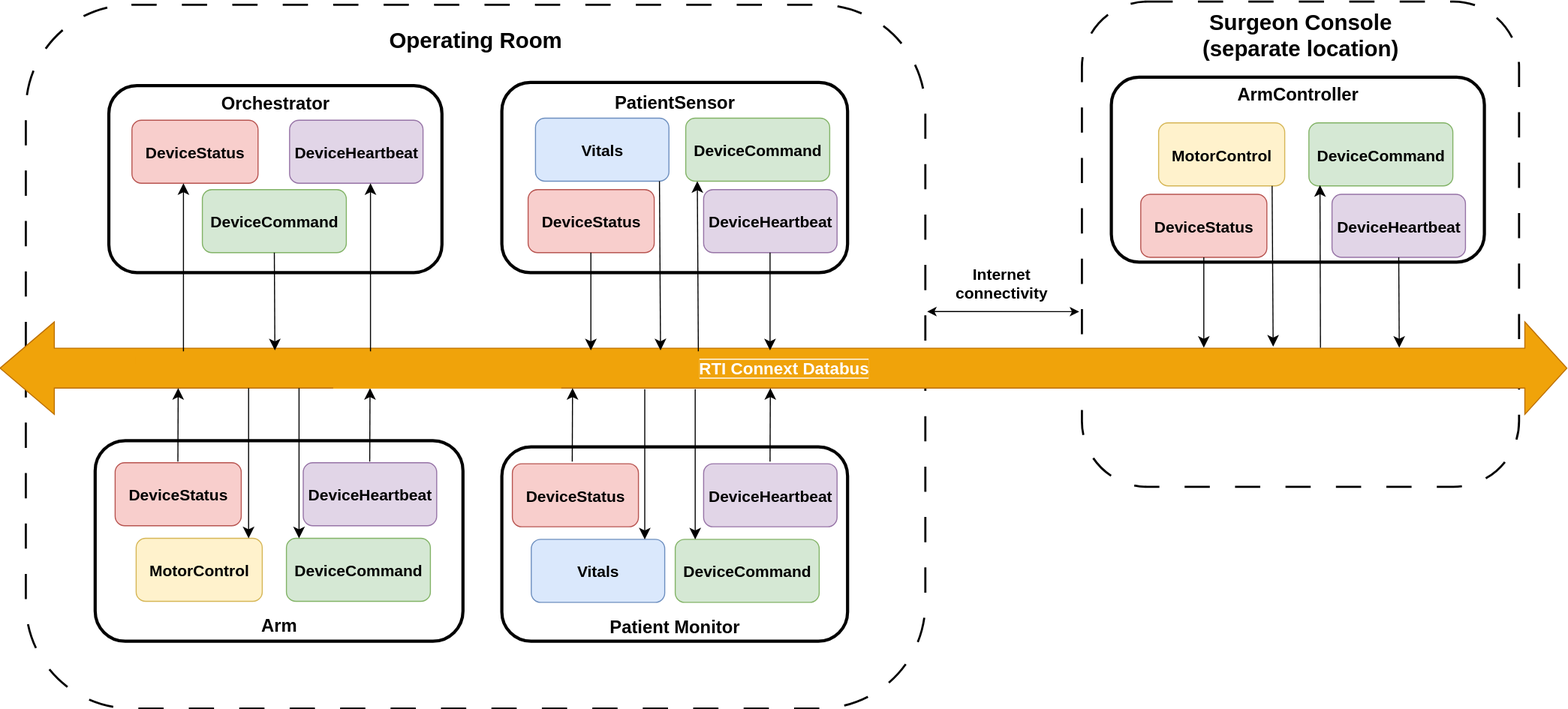
Before: resource/images/module-03-diagram-teleoperation.svg, a diagram exported from draw.io (rticommunity/rticonnextdds-medtech-reference-architecture). Source tidied: cells renumbered, new cells last; positions are measured from the earlier drawing's top-left corner, leaving out a move shared by most shapes. The source it was exported from:
```xml
<mxGraphModel>
  <root>
    <mxCell id="0" />
    <mxCell id="1" parent="0" />
    <mxCell id="2" value="&lt;div&gt;&lt;span style=&quot;font-size: 21px;&quot;&gt;&lt;b&gt;Surgeon Console&lt;/b&gt;&lt;/span&gt;&lt;/div&gt;&lt;div&gt;&lt;span style=&quot;font-size: 21px;&quot;&gt;&lt;b&gt;(separate location)&lt;/b&gt;&lt;/span&gt;&lt;/div&gt;&lt;div&gt;&lt;span style=&quot;font-size: 21px;&quot;&gt;&lt;b&gt;&lt;br&gt;&lt;/b&gt;&lt;/span&gt;&lt;/div&gt;&lt;div&gt;&lt;br&gt;&lt;/div&gt;&lt;div&gt;&lt;br&gt;&lt;/div&gt;&lt;div&gt;&lt;br&gt;&lt;/div&gt;&lt;div&gt;&lt;br&gt;&lt;/div&gt;&lt;div&gt;&lt;br&gt;&lt;/div&gt;&lt;div&gt;&lt;br&gt;&lt;/div&gt;&lt;div&gt;&lt;br&gt;&lt;/div&gt;&lt;div&gt;&lt;br&gt;&lt;/div&gt;&lt;div&gt;&lt;br&gt;&lt;/div&gt;&lt;div&gt;&lt;br&gt;&lt;/div&gt;&lt;div&gt;&lt;br&gt;&lt;/div&gt;&lt;div&gt;&lt;br&gt;&lt;/div&gt;&lt;div&gt;&lt;br&gt;&lt;/div&gt;&lt;div&gt;&lt;br&gt;&lt;/div&gt;&lt;div&gt;&lt;br&gt;&lt;/div&gt;&lt;div&gt;&lt;br&gt;&lt;/div&gt;&lt;div&gt;&lt;br&gt;&lt;/div&gt;&lt;div&gt;&lt;br&gt;&lt;/div&gt;&lt;div&gt;&lt;br&gt;&lt;/div&gt;&lt;div&gt;&lt;br&gt;&lt;/div&gt;&lt;div&gt;&lt;br&gt;&lt;/div&gt;&lt;div&gt;&lt;br&gt;&lt;/div&gt;&lt;div&gt;&lt;br&gt;&lt;/div&gt;&lt;div&gt;&lt;br&gt;&lt;/div&gt;&lt;div&gt;&lt;br&gt;&lt;/div&gt;&lt;div&gt;&lt;br&gt;&lt;/div&gt;" style="rounded=1;whiteSpace=wrap;html=1;fillColor=none;strokeWidth=2;dashed=1;dashPattern=12 12;" parent="1" vertex="1">
      <mxGeometry x="1030" width="416" height="462" as="geometry" />
    </mxCell>
    <mxCell id="3" value="&lt;b&gt;&lt;font style=&quot;font-size: 21px;&quot;&gt;Operating Room&lt;/font&gt;&lt;/b&gt;&lt;div&gt;&lt;br&gt;&lt;/div&gt;&lt;div&gt;&lt;br&gt;&lt;/div&gt;&lt;div&gt;&lt;br&gt;&lt;/div&gt;&lt;div&gt;&lt;br&gt;&lt;/div&gt;&lt;div&gt;&lt;br&gt;&lt;/div&gt;&lt;div&gt;&lt;br&gt;&lt;/div&gt;&lt;div&gt;&lt;br&gt;&lt;/div&gt;&lt;div&gt;&lt;br&gt;&lt;/div&gt;&lt;div&gt;&lt;br&gt;&lt;/div&gt;&lt;div&gt;&lt;br&gt;&lt;/div&gt;&lt;div&gt;&lt;br&gt;&lt;/div&gt;&lt;div&gt;&lt;br&gt;&lt;/div&gt;&lt;div&gt;&lt;br&gt;&lt;/div&gt;&lt;div&gt;&lt;br&gt;&lt;/div&gt;&lt;div&gt;&lt;br&gt;&lt;/div&gt;&lt;div&gt;&lt;br&gt;&lt;/div&gt;&lt;div&gt;&lt;br&gt;&lt;/div&gt;&lt;div&gt;&lt;br&gt;&lt;/div&gt;&lt;div&gt;&lt;br&gt;&lt;/div&gt;&lt;div&gt;&lt;br&gt;&lt;/div&gt;&lt;div&gt;&lt;br&gt;&lt;/div&gt;&lt;div&gt;&lt;br&gt;&lt;/div&gt;&lt;div&gt;&lt;br&gt;&lt;/div&gt;&lt;div&gt;&lt;br&gt;&lt;/div&gt;&lt;div&gt;&lt;br&gt;&lt;/div&gt;&lt;div&gt;&lt;br&gt;&lt;/div&gt;&lt;div&gt;&lt;br&gt;&lt;/div&gt;&lt;div&gt;&lt;br&gt;&lt;/div&gt;&lt;div&gt;&lt;br&gt;&lt;/div&gt;&lt;div&gt;&lt;br&gt;&lt;/div&gt;&lt;div&gt;&lt;br&gt;&lt;/div&gt;&lt;div&gt;&lt;br&gt;&lt;/div&gt;&lt;div&gt;&lt;br&gt;&lt;/div&gt;&lt;div&gt;&lt;br&gt;&lt;/div&gt;&lt;div&gt;&lt;br&gt;&lt;/div&gt;&lt;div&gt;&lt;br&gt;&lt;/div&gt;&lt;div&gt;&lt;br&gt;&lt;/div&gt;&lt;div&gt;&lt;br&gt;&lt;/div&gt;&lt;div&gt;&lt;br&gt;&lt;/div&gt;&lt;div&gt;&lt;br&gt;&lt;/div&gt;&lt;div&gt;&lt;br&gt;&lt;/div&gt;&lt;div&gt;&lt;br&gt;&lt;/div&gt;" style="rounded=1;whiteSpace=wrap;html=1;fillColor=none;strokeWidth=2;dashed=1;dashPattern=12 12;" parent="1" vertex="1">
      <mxGeometry x="25" y="3" width="856" height="670" as="geometry" />
    </mxCell>
    <mxCell id="4" value="&lt;br&gt;&lt;br&gt;&lt;br&gt;&lt;br&gt;&lt;br&gt;&lt;br&gt;&lt;br&gt;&lt;b&gt;&lt;font style=&quot;font-size: 17px;&quot;&gt;&lt;br&gt;&lt;br&gt;&lt;br&gt;Arm&lt;/font&gt;&lt;/b&gt;" style="rounded=1;whiteSpace=wrap;html=1;strokeWidth=3;" parent="1" vertex="1">
      <mxGeometry x="91" y="418" width="350" height="191" as="geometry" />
    </mxCell>
    <mxCell id="5" value="&lt;b&gt;&lt;font style=&quot;font-size: 17px;&quot;&gt;Orchestrator&lt;br&gt;&lt;br&gt;&lt;br&gt;&lt;br&gt;&lt;br&gt;&lt;br&gt;&lt;br&gt;&lt;br&gt;&lt;/font&gt;&lt;/b&gt;" style="rounded=1;whiteSpace=wrap;html=1;strokeWidth=3;" parent="1" vertex="1">
      <mxGeometry x="104" y="80" width="317" height="178" as="geometry" />
    </mxCell>
    <mxCell id="6" value="&lt;b&gt;&lt;font style=&quot;font-size: 17px;&quot;&gt;PatientSensor&lt;br&gt;&lt;br&gt;&lt;br&gt;&lt;br&gt;&lt;br&gt;&lt;br&gt;&lt;br&gt;&lt;br&gt;&lt;/font&gt;&lt;/b&gt;" style="rounded=1;whiteSpace=wrap;html=1;strokeWidth=3;" parent="1" vertex="1">
      <mxGeometry x="478" y="77" width="329" height="181" as="geometry" />
    </mxCell>
    <mxCell id="7" value="&lt;br&gt;&lt;br&gt;&lt;br&gt;&lt;br&gt;&lt;br&gt;&lt;br&gt;&lt;br&gt;&lt;br&gt;&lt;br&gt;&lt;br&gt;&lt;br&gt;&lt;b&gt;&lt;font style=&quot;font-size: 17px;&quot;&gt;Patient Monitor&lt;/font&gt;&lt;/b&gt;" style="rounded=1;whiteSpace=wrap;html=1;strokeWidth=3;" parent="1" vertex="1">
      <mxGeometry x="478" y="424" width="329" height="185" as="geometry" />
    </mxCell>
    <mxCell id="8" value="&lt;b&gt;&lt;font color=&quot;#ffffff&quot; style=&quot;font-size: 16px; background-color: rgb(240, 163, 10);&quot;&gt;RTI Connext Databus&lt;/font&gt;&lt;/b&gt;" style="shape=flexArrow;endArrow=classic;startArrow=classic;html=1;rounded=0;endWidth=49;endSize=13;startWidth=49;startSize=16.87;width=38;fillColor=#f0a30a;strokeColor=#BD7000;" parent="1" edge="1">
      <mxGeometry relative="1" as="geometry">
        <mxPoint y="349" as="sourcePoint" />
        <mxPoint x="1492" y="349" as="targetPoint" />
      </mxGeometry>
    </mxCell>
    <mxCell id="9" value="&lt;b&gt;&lt;font style=&quot;font-size: 15px;&quot;&gt;DeviceStatus&lt;/font&gt;&lt;/b&gt;" style="rounded=1;whiteSpace=wrap;html=1;fillColor=#f8cecc;strokeColor=#b85450;" parent="1" vertex="1">
      <mxGeometry x="110" y="439" width="120" height="60" as="geometry" />
    </mxCell>
    <mxCell id="10" value="&lt;b&gt;&lt;font style=&quot;font-size: 15px;&quot;&gt;DeviceHeartbeat&lt;/font&gt;&lt;/b&gt;" style="rounded=1;whiteSpace=wrap;html=1;fillColor=#e1d5e7;strokeColor=#9673a6;" parent="1" vertex="1">
      <mxGeometry x="289" y="439" width="127" height="60" as="geometry" />
    </mxCell>
    <mxCell id="11" value="&lt;b&gt;&lt;font style=&quot;font-size: 15px;&quot;&gt;MotorControl&lt;/font&gt;&lt;/b&gt;" style="rounded=1;whiteSpace=wrap;html=1;fillColor=#fff2cc;strokeColor=#d6b656;" parent="1" vertex="1">
      <mxGeometry x="130" y="511" width="120" height="60" as="geometry" />
    </mxCell>
    <mxCell id="12" value="&lt;b&gt;&lt;font style=&quot;font-size: 15px;&quot;&gt;DeviceCommand&lt;/font&gt;&lt;/b&gt;" style="rounded=1;whiteSpace=wrap;html=1;fillColor=#d5e8d4;strokeColor=#82b366;" parent="1" vertex="1">
      <mxGeometry x="273" y="511" width="137" height="60" as="geometry" />
    </mxCell>
    <mxCell id="13" value="&lt;b&gt;&lt;font style=&quot;font-size: 15px;&quot;&gt;DeviceCommand&lt;/font&gt;&lt;/b&gt;" style="rounded=1;whiteSpace=wrap;html=1;fillColor=#d5e8d4;strokeColor=#82b366;" parent="1" vertex="1">
      <mxGeometry x="193" y="179" width="137" height="60" as="geometry" />
    </mxCell>
    <mxCell id="14" value="&lt;b&gt;&lt;font style=&quot;font-size: 15px;&quot;&gt;DeviceStatus&lt;/font&gt;&lt;/b&gt;" style="rounded=1;whiteSpace=wrap;html=1;fillColor=#f8cecc;strokeColor=#b85450;" parent="1" vertex="1">
      <mxGeometry x="126" y="113" width="120" height="60" as="geometry" />
    </mxCell>
    <mxCell id="15" value="&lt;b&gt;&lt;font style=&quot;font-size: 15px;&quot;&gt;DeviceHeartbeat&lt;/font&gt;&lt;/b&gt;" style="rounded=1;whiteSpace=wrap;html=1;fillColor=#e1d5e7;strokeColor=#9673a6;" parent="1" vertex="1">
      <mxGeometry x="276" y="113" width="127" height="60" as="geometry" />
    </mxCell>
    <mxCell id="16" value="&lt;b&gt;&lt;font style=&quot;font-size: 15px;&quot;&gt;DeviceStatus&lt;/font&gt;&lt;/b&gt;" style="rounded=1;whiteSpace=wrap;html=1;fillColor=#f8cecc;strokeColor=#b85450;" parent="1" vertex="1">
      <mxGeometry x="503" y="179" width="120" height="60" as="geometry" />
    </mxCell>
    <mxCell id="17" value="&lt;b&gt;&lt;font style=&quot;font-size: 15px;&quot;&gt;DeviceHeartbeat&lt;/font&gt;&lt;/b&gt;" style="rounded=1;whiteSpace=wrap;html=1;fillColor=#e1d5e7;strokeColor=#9673a6;" parent="1" vertex="1">
      <mxGeometry x="670" y="179" width="127" height="60" as="geometry" />
    </mxCell>
    <mxCell id="18" value="&lt;b&gt;&lt;font style=&quot;font-size: 15px;&quot;&gt;Vitals&lt;/font&gt;&lt;/b&gt;" style="rounded=1;whiteSpace=wrap;html=1;fillColor=#dae8fc;strokeColor=#6c8ebf;" parent="1" vertex="1">
      <mxGeometry x="510" y="111" width="127" height="60" as="geometry" />
    </mxCell>
    <mxCell id="19" value="&lt;b&gt;&lt;font style=&quot;font-size: 15px;&quot;&gt;DeviceCommand&lt;/font&gt;&lt;/b&gt;" style="rounded=1;whiteSpace=wrap;html=1;fillColor=#d5e8d4;strokeColor=#82b366;" parent="1" vertex="1">
      <mxGeometry x="653" y="111" width="137" height="60" as="geometry" />
    </mxCell>
    <mxCell id="20" value="&lt;b&gt;&lt;font style=&quot;font-size: 15px;&quot;&gt;DeviceStatus&lt;/font&gt;&lt;/b&gt;" style="rounded=1;whiteSpace=wrap;html=1;fillColor=#f8cecc;strokeColor=#b85450;" parent="1" vertex="1">
      <mxGeometry x="488" y="440" width="120" height="60" as="geometry" />
    </mxCell>
    <mxCell id="21" value="&lt;b&gt;&lt;font style=&quot;font-size: 15px;&quot;&gt;DeviceHeartbeat&lt;/font&gt;&lt;/b&gt;" style="rounded=1;whiteSpace=wrap;html=1;fillColor=#e1d5e7;strokeColor=#9673a6;" parent="1" vertex="1">
      <mxGeometry x="670" y="440" width="127" height="60" as="geometry" />
    </mxCell>
    <mxCell id="22" value="&lt;b&gt;&lt;font style=&quot;font-size: 15px;&quot;&gt;Vitals&lt;/font&gt;&lt;/b&gt;" style="rounded=1;whiteSpace=wrap;html=1;fillColor=#dae8fc;strokeColor=#6c8ebf;" parent="1" vertex="1">
      <mxGeometry x="506" y="512" width="127" height="60" as="geometry" />
    </mxCell>
    <mxCell id="23" value="&lt;b&gt;&lt;font style=&quot;font-size: 15px;&quot;&gt;DeviceCommand&lt;/font&gt;&lt;/b&gt;" style="rounded=1;whiteSpace=wrap;html=1;fillColor=#d5e8d4;strokeColor=#82b366;" parent="1" vertex="1">
      <mxGeometry x="643" y="512" width="137" height="60" as="geometry" />
    </mxCell>
    <mxCell id="24" style="endArrow=classic;html=1;rounded=0;fontSize=12;startSize=8;endSize=8;exitX=0.5;exitY=1;exitDx=0;exitDy=0;" parent="1" edge="1" source="13">
      <mxGeometry relative="1" as="geometry">
        <mxPoint x="262" y="332" as="targetPoint" />
      </mxGeometry>
    </mxCell>
    <mxCell id="25" style="endArrow=classic;html=1;rounded=0;fontSize=12;startSize=8;endSize=8;entryX=0.077;entryY=0.988;entryDx=0;entryDy=0;entryPerimeter=0;" parent="1" edge="1">
      <mxGeometry relative="1" as="geometry">
        <mxPoint x="175" y="333" as="sourcePoint" />
        <mxPoint x="175" y="173" as="targetPoint" />
      </mxGeometry>
    </mxCell>
    <mxCell id="26" style="endArrow=classic;html=1;rounded=0;fontSize=12;startSize=8;endSize=8;entryX=0.077;entryY=0.988;entryDx=0;entryDy=0;entryPerimeter=0;" parent="1" edge="1">
      <mxGeometry relative="1" as="geometry">
        <mxPoint x="353" y="333" as="sourcePoint" />
        <mxPoint x="353" y="173" as="targetPoint" />
      </mxGeometry>
    </mxCell>
    <mxCell id="27" style="endArrow=classic;html=1;rounded=0;fontSize=12;startSize=8;endSize=8;entryX=0.077;entryY=0.988;entryDx=0;entryDy=0;entryPerimeter=0;" parent="1" edge="1">
      <mxGeometry relative="1" as="geometry">
        <mxPoint x="665" y="333" as="sourcePoint" />
        <mxPoint x="664" y="171" as="targetPoint" />
      </mxGeometry>
    </mxCell>
    <mxCell id="28" style="endArrow=classic;html=1;rounded=0;fontSize=12;startSize=8;endSize=8;" parent="1" edge="1">
      <mxGeometry relative="1" as="geometry">
        <mxPoint x="628" y="171" as="sourcePoint" />
        <mxPoint x="629" y="332" as="targetPoint" />
      </mxGeometry>
    </mxCell>
    <mxCell id="29" style="endArrow=classic;html=1;rounded=0;fontSize=12;startSize=8;endSize=8;exitX=0.5;exitY=1;exitDx=0;exitDy=0;" parent="1" edge="1">
      <mxGeometry relative="1" as="geometry">
        <mxPoint x="562.7" y="239" as="sourcePoint" />
        <mxPoint x="562.7" y="332" as="targetPoint" />
      </mxGeometry>
    </mxCell>
    <mxCell id="30" style="endArrow=classic;html=1;rounded=0;fontSize=12;startSize=8;endSize=8;exitX=0.5;exitY=1;exitDx=0;exitDy=0;" parent="1" edge="1">
      <mxGeometry relative="1" as="geometry">
        <mxPoint x="733.2" y="239" as="sourcePoint" />
        <mxPoint x="733.2" y="332" as="targetPoint" />
      </mxGeometry>
    </mxCell>
    <mxCell id="31" style="endArrow=classic;html=1;rounded=0;fontSize=12;startSize=8;endSize=8;" parent="1" edge="1">
      <mxGeometry relative="1" as="geometry">
        <mxPoint x="169.7" y="438" as="sourcePoint" />
        <mxPoint x="170" y="368" as="targetPoint" />
      </mxGeometry>
    </mxCell>
    <mxCell id="32" style="endArrow=classic;html=1;rounded=0;fontSize=12;startSize=8;endSize=8;" parent="1" edge="1">
      <mxGeometry relative="1" as="geometry">
        <mxPoint x="352.3" y="438" as="sourcePoint" />
        <mxPoint x="352.6" y="368" as="targetPoint" />
      </mxGeometry>
    </mxCell>
    <mxCell id="33" style="endArrow=classic;html=1;rounded=0;fontSize=12;startSize=8;endSize=8;" parent="1" edge="1">
      <mxGeometry relative="1" as="geometry">
        <mxPoint x="237" y="368" as="sourcePoint" />
        <mxPoint x="237" y="511" as="targetPoint" />
      </mxGeometry>
    </mxCell>
    <mxCell id="34" style="endArrow=classic;html=1;rounded=0;fontSize=12;startSize=8;endSize=8;" parent="1" edge="1">
      <mxGeometry relative="1" as="geometry">
        <mxPoint x="285" y="368" as="sourcePoint" />
        <mxPoint x="285" y="511" as="targetPoint" />
      </mxGeometry>
    </mxCell>
    <mxCell id="35" style="endArrow=classic;html=1;rounded=0;fontSize=12;startSize=8;endSize=8;" parent="1" edge="1">
      <mxGeometry relative="1" as="geometry">
        <mxPoint x="545" y="438" as="sourcePoint" />
        <mxPoint x="545.3" y="368" as="targetPoint" />
      </mxGeometry>
    </mxCell>
    <mxCell id="36" style="endArrow=classic;html=1;rounded=0;fontSize=12;startSize=8;endSize=8;" parent="1" edge="1">
      <mxGeometry relative="1" as="geometry">
        <mxPoint x="733.2" y="438" as="sourcePoint" />
        <mxPoint x="733.5" y="368" as="targetPoint" />
      </mxGeometry>
    </mxCell>
    <mxCell id="37" style="endArrow=classic;html=1;rounded=0;fontSize=12;startSize=8;endSize=8;" parent="1" edge="1">
      <mxGeometry relative="1" as="geometry">
        <mxPoint x="614" y="369" as="sourcePoint" />
        <mxPoint x="614" y="512" as="targetPoint" />
      </mxGeometry>
    </mxCell>
    <mxCell id="38" style="endArrow=classic;html=1;rounded=0;fontSize=12;startSize=8;endSize=8;" parent="1" edge="1">
      <mxGeometry relative="1" as="geometry">
        <mxPoint x="662" y="369" as="sourcePoint" />
        <mxPoint x="662" y="512" as="targetPoint" />
      </mxGeometry>
    </mxCell>
    <mxCell id="39" style="rounded=0;whiteSpace=wrap;html=1;strokeColor=#F0A30A;fillColor=#F0A30A;" parent="1" vertex="1">
      <mxGeometry x="130" y="339" width="216" height="5" as="geometry" />
    </mxCell>
    <mxCell id="40" style="rounded=0;whiteSpace=wrap;html=1;strokeColor=#F0A30A;fillColor=#F0A30A;" parent="1" vertex="1">
      <mxGeometry x="318" y="363" width="216" height="5" as="geometry" />
    </mxCell>
    <mxCell id="41" value="&lt;b&gt;&lt;font style=&quot;font-size: 17px;&quot;&gt;ArmController&lt;br&gt;&lt;br&gt;&lt;br&gt;&lt;br&gt;&lt;br&gt;&lt;br&gt;&lt;br&gt;&lt;br&gt;&lt;/font&gt;&lt;/b&gt;" style="rounded=1;whiteSpace=wrap;html=1;strokeWidth=3;" parent="1" vertex="1">
      <mxGeometry x="1058" y="72" width="355" height="176" as="geometry" />
    </mxCell>
    <mxCell id="42" value="&lt;b&gt;&lt;font style=&quot;font-size: 15px;&quot;&gt;DeviceStatus&lt;/font&gt;&lt;/b&gt;" style="rounded=1;whiteSpace=wrap;html=1;fillColor=#f8cecc;strokeColor=#b85450;" parent="1" vertex="1">
      <mxGeometry x="1086" y="183.5" width="120" height="60" as="geometry" />
    </mxCell>
    <mxCell id="43" value="&lt;b&gt;&lt;font style=&quot;font-size: 15px;&quot;&gt;DeviceHeartbeat&lt;/font&gt;&lt;/b&gt;" style="rounded=1;whiteSpace=wrap;html=1;fillColor=#e1d5e7;strokeColor=#9673a6;" parent="1" vertex="1">
      <mxGeometry x="1268" y="183.5" width="127" height="60" as="geometry" />
    </mxCell>
    <mxCell id="44" value="&lt;b&gt;&lt;font style=&quot;font-size: 15px;&quot;&gt;MotorControl&lt;/font&gt;&lt;/b&gt;" style="rounded=1;whiteSpace=wrap;html=1;fillColor=#fff2cc;strokeColor=#d6b656;" parent="1" vertex="1">
      <mxGeometry x="1103" y="115.5" width="120" height="60" as="geometry" />
    </mxCell>
    <mxCell id="45" value="&lt;b&gt;&lt;font style=&quot;font-size: 15px;&quot;&gt;DeviceCommand&lt;/font&gt;&lt;/b&gt;" style="rounded=1;whiteSpace=wrap;html=1;fillColor=#d5e8d4;strokeColor=#82b366;" parent="1" vertex="1">
      <mxGeometry x="1246" y="115.5" width="137" height="60" as="geometry" />
    </mxCell>
    <mxCell id="46" style="endArrow=classic;html=1;rounded=0;fontSize=12;startSize=8;endSize=8;exitX=0.5;exitY=1;exitDx=0;exitDy=0;" parent="1" edge="1" source="42">
      <mxGeometry relative="1" as="geometry">
        <mxPoint x="1146" y="329.5" as="targetPoint" />
      </mxGeometry>
    </mxCell>
    <mxCell id="47" style="endArrow=classic;html=1;rounded=0;fontSize=12;startSize=8;endSize=8;" parent="1" edge="1">
      <mxGeometry relative="1" as="geometry">
        <mxPoint x="1211" y="175.5" as="sourcePoint" />
        <mxPoint x="1212" y="328.5" as="targetPoint" />
      </mxGeometry>
    </mxCell>
    <mxCell id="48" style="endArrow=classic;html=1;rounded=0;fontSize=12;startSize=8;endSize=8;entryX=0.077;entryY=0.988;entryDx=0;entryDy=0;entryPerimeter=0;" parent="1" edge="1" target="45">
      <mxGeometry relative="1" as="geometry">
        <mxPoint x="1257" y="329.5" as="sourcePoint" />
      </mxGeometry>
    </mxCell>
    <mxCell id="49" style="endArrow=classic;html=1;rounded=0;fontSize=12;startSize=8;endSize=8;exitX=0.5;exitY=1;exitDx=0;exitDy=0;" parent="1" edge="1" source="43">
      <mxGeometry relative="1" as="geometry">
        <mxPoint x="1332" y="329.5" as="targetPoint" />
      </mxGeometry>
    </mxCell>
    <mxCell id="50" style="endArrow=classic;startArrow=classic;html=1;rounded=0;entryX=-0.006;entryY=0.639;entryDx=0;entryDy=0;entryPerimeter=0;exitX=1.002;exitY=0.436;exitDx=0;exitDy=0;exitPerimeter=0;" parent="1" edge="1" source="3" target="2">
      <mxGeometry relative="1" as="geometry" />
    </mxCell>
    <mxCell id="51" value="&lt;font style=&quot;font-size: 15px;&quot;&gt;&lt;b style=&quot;&quot;&gt;Internet&lt;/b&gt;&lt;/font&gt;&lt;div&gt;&lt;font style=&quot;font-size: 15px;&quot;&gt;&lt;b style=&quot;&quot;&gt;connectivity&lt;/b&gt;&lt;/font&gt;&lt;/div&gt;" style="text;html=1;align=center;verticalAlign=middle;strokeColor=none;fillColor=none;" parent="1" vertex="1">
      <mxGeometry x="900" y="243.5" width="106" height="48" as="geometry" />
    </mxCell>
  </root>
</mxGraphModel>
```
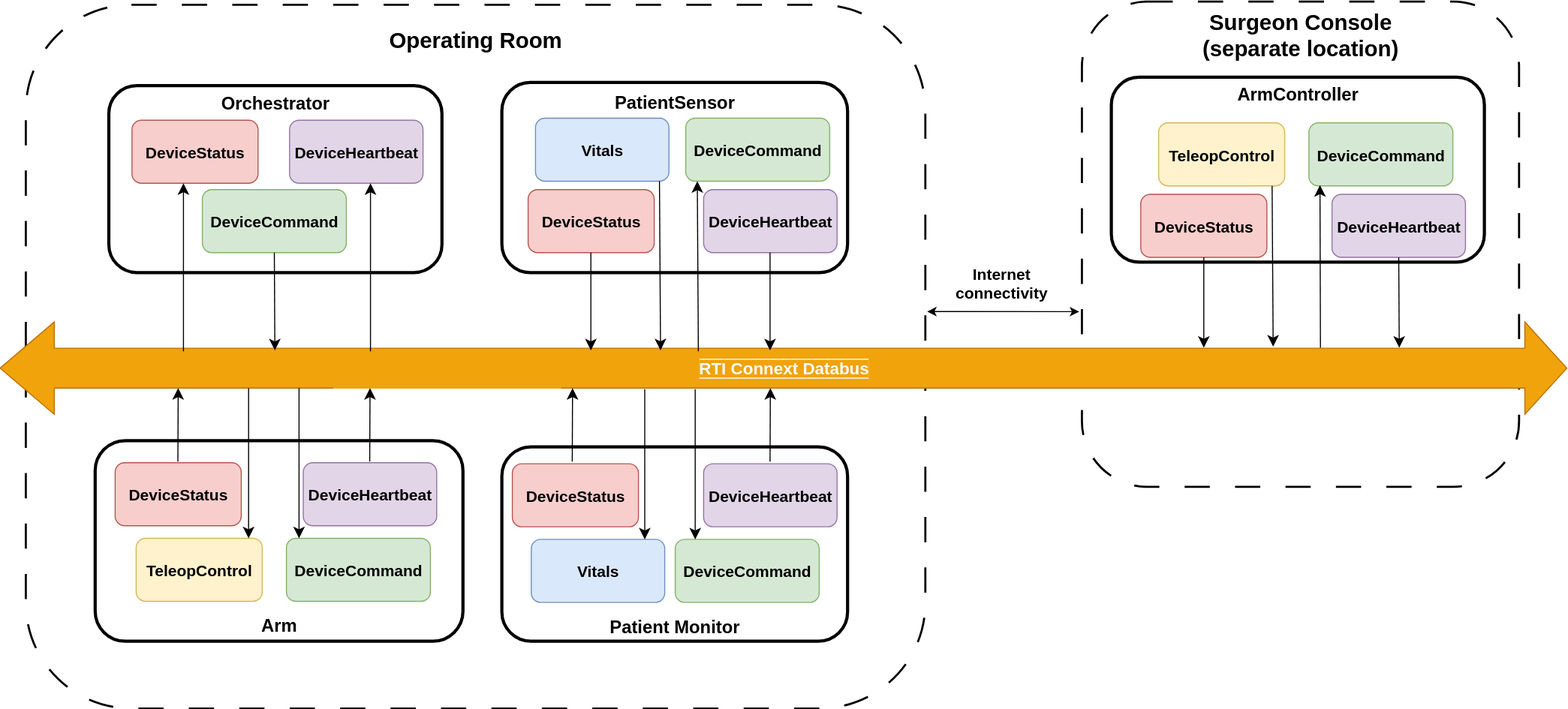
After the commit.

What changed in the source:
```diff
@@ -32,7 +32,7 @@
     <mxCell id="10" value="&lt;b&gt;&lt;font style=&quot;font-size: 15px;&quot;&gt;DeviceHeartbeat&lt;/font&gt;&lt;/b&gt;" style="rounded=1;whiteSpace=wrap;html=1;fillColor=#e1d5e7;strokeColor=#9673a6;" parent="1" vertex="1">
       <mxGeometry x="289" y="439" width="127" height="60" as="geometry" />
     </mxCell>
-    <mxCell id="11" value="&lt;b&gt;&lt;font style=&quot;font-size: 15px;&quot;&gt;MotorControl&lt;/font&gt;&lt;/b&gt;" style="rounded=1;whiteSpace=wrap;html=1;fillColor=#fff2cc;strokeColor=#d6b656;" parent="1" vertex="1">
+    <mxCell id="11" value="&lt;b&gt;&lt;font style=&quot;font-size: 15px;&quot;&gt;TeleopControl&lt;/font&gt;&lt;/b&gt;" style="rounded=1;whiteSpace=wrap;html=1;fillColor=#fff2cc;strokeColor=#d6b656;" parent="1" vertex="1">
       <mxGeometry x="130" y="511" width="120" height="60" as="geometry" />
     </mxCell>
     <mxCell id="12" value="&lt;b&gt;&lt;font style=&quot;font-size: 15px;&quot;&gt;DeviceCommand&lt;/font&gt;&lt;/b&gt;" style="rounded=1;whiteSpace=wrap;html=1;fillColor=#d5e8d4;strokeColor=#82b366;" parent="1" vertex="1">
@@ -175,7 +175,7 @@
     <mxCell id="43" value="&lt;b&gt;&lt;font style=&quot;font-size: 15px;&quot;&gt;DeviceHeartbeat&lt;/font&gt;&lt;/b&gt;" style="rounded=1;whiteSpace=wrap;html=1;fillColor=#e1d5e7;strokeColor=#9673a6;" parent="1" vertex="1">
       <mxGeometry x="1268" y="183.5" width="127" height="60" as="geometry" />
     </mxCell>
-    <mxCell id="44" value="&lt;b&gt;&lt;font style=&quot;font-size: 15px;&quot;&gt;MotorControl&lt;/font&gt;&lt;/b&gt;" style="rounded=1;whiteSpace=wrap;html=1;fillColor=#fff2cc;strokeColor=#d6b656;" parent="1" vertex="1">
+    <mxCell id="44" value="&lt;b&gt;&lt;font style=&quot;font-size: 15px;&quot;&gt;TeleopControl&lt;/font&gt;&lt;/b&gt;" style="rounded=1;whiteSpace=wrap;html=1;fillColor=#fff2cc;strokeColor=#d6b656;" parent="1" vertex="1">
       <mxGeometry x="1103" y="115.5" width="120" height="60" as="geometry" />
     </mxCell>
     <mxCell id="45" value="&lt;b&gt;&lt;font style=&quot;font-size: 15px;&quot;&gt;DeviceCommand&lt;/font&gt;&lt;/b&gt;" style="rounded=1;whiteSpace=wrap;html=1;fillColor=#d5e8d4;strokeColor=#82b366;" parent="1" vertex="1">
```
